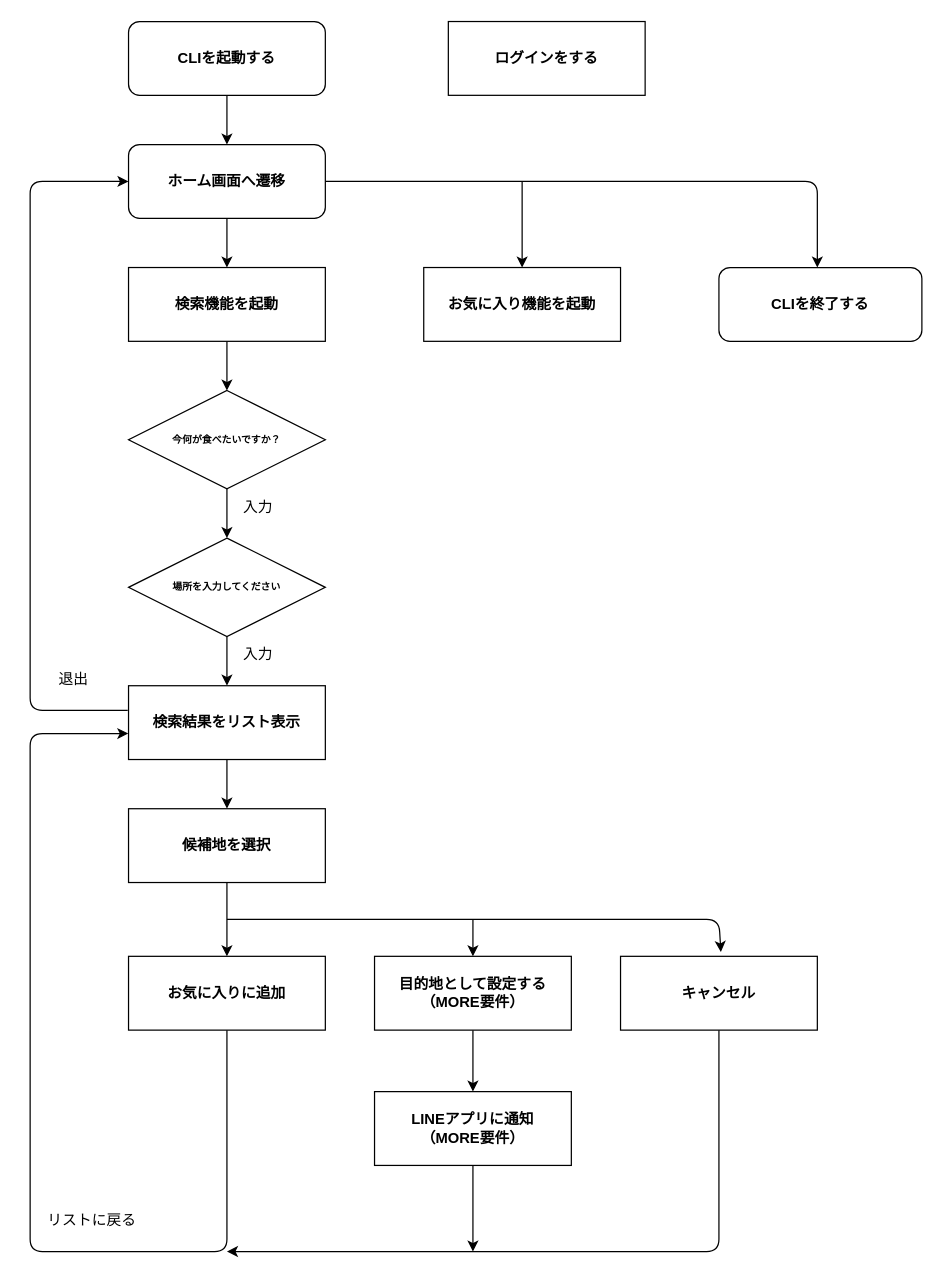
Earlier version of the draw.io diagram page "検索機能" (1 of 2) of docs/flowchart/flow.drawio (taga3s/pecopeco). Source tidied: cells renumbered, new cells numbered last; positions are measured from the earlier drawing's top-left corner, leaving out a move shared by most shapes. Both pictures are drawn from the tidied source at 123%, with x=0, y=0 at pixel (30, 21).
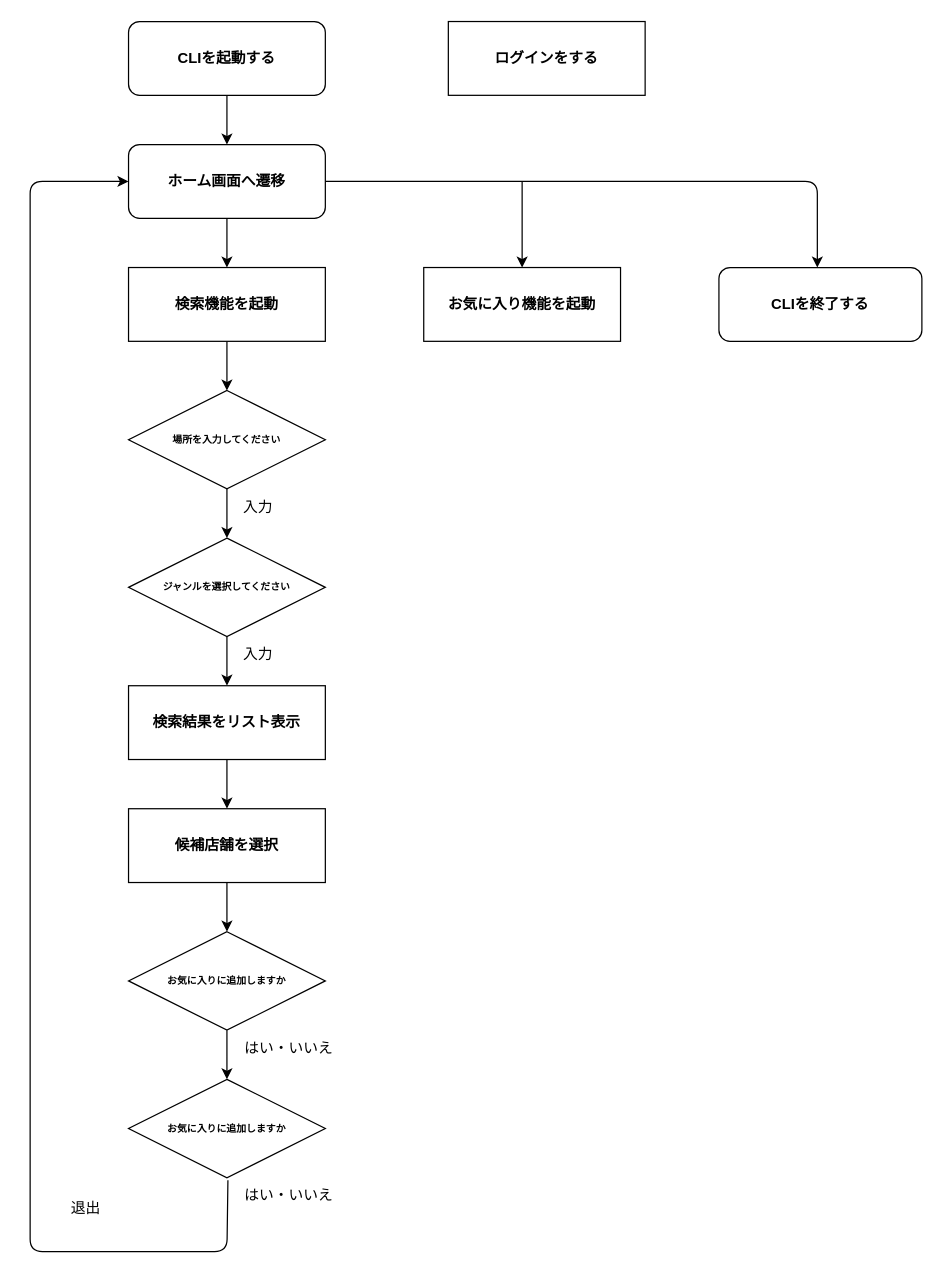
Above is the later version.

Unchanged cells that the change refers to:
```xml
<mxCell id="7" value="&lt;b&gt;ホーム画面へ遷移&lt;/b&gt;" style="rounded=1;whiteSpace=wrap;html=1;" parent="1" vertex="1">
  <mxGeometry x="80" y="100" width="160" height="60" as="geometry" />
</mxCell>
<mxCell id="18" value="&lt;b&gt;検索結果をリスト表示&lt;/b&gt;" style="rounded=0;whiteSpace=wrap;html=1;align=center;" parent="1" vertex="1">
  <mxGeometry x="80" y="540" width="160" height="60" as="geometry" />
</mxCell>
```

The edit, as a diff of the source:
```diff
@@
-    <mxCell id="12" value="&lt;h6&gt;今何が食べたいですか？&lt;/h6&gt;" style="rhombus;whiteSpace=wrap;html=1;" parent="1" vertex="1">
+    <mxCell id="12" value="&lt;h6&gt;&lt;span style=&quot;font-size: 8.04px;&quot;&gt;場所を入力してください&lt;/span&gt;&lt;br&gt;&lt;/h6&gt;" style="rhombus;whiteSpace=wrap;html=1;" parent="1" vertex="1">
       <mxGeometry x="80" y="300" width="160" height="80" as="geometry" />
     </mxCell>
@@
-    <mxCell id="14" value="&lt;h6&gt;場所を入力してください&lt;/h6&gt;" style="rhombus;whiteSpace=wrap;html=1;" parent="1" vertex="1">
+    <mxCell id="14" value="&lt;h6&gt;ジャンルを選択してください&lt;/h6&gt;" style="rhombus;whiteSpace=wrap;html=1;" parent="1" vertex="1">
       <mxGeometry x="80" y="420" width="160" height="80" as="geometry" />
     </mxCell>
@@
-    <mxCell id="17" style="edgeStyle=none;html=1;entryX=0;entryY=0.5;entryDx=0;entryDy=0;exitX=-0.004;exitY=0.334;exitDx=0;exitDy=0;exitPerimeter=0;" parent="1" edge="1" source="18" target="7">
-      <mxGeometry relative="1" as="geometry">
-        <Array as="points">
-          <mxPoint y="560" />
-          <mxPoint y="510" />
-          <mxPoint y="130" />
-        </Array>
-      </mxGeometry>
-    </mxCell>
@@
-    <mxCell id="20" style="edgeStyle=none;html=1;" parent="1" edge="1" source="21" target="24">
+    <mxCell id="20" style="edgeStyle=none;html=1;" parent="1" edge="1">
       <mxGeometry relative="1" as="geometry">
+        <mxPoint x="160" y="700" as="sourcePoint" />
+        <mxPoint x="160" y="740" as="targetPoint" />
         <Array as="points">
+          <mxPoint x="160" y="710" />
           <mxPoint x="160" y="730" />
+          <mxPoint x="160" y="720" />
         </Array>
       </mxGeometry>
     </mxCell>
-    <mxCell id="21" value="&lt;b&gt;候補地を選択&lt;/b&gt;" style="rounded=0;whiteSpace=wrap;html=1;align=center;" parent="1" vertex="1">
+    <mxCell id="21" value="&lt;b&gt;候補店舗を選択&lt;/b&gt;" style="rounded=0;whiteSpace=wrap;html=1;align=center;" parent="1" vertex="1">
       <mxGeometry x="80" y="640" width="160" height="60" as="geometry" />
     </mxCell>
     <mxCell id="22" value="退出" style="text;html=1;align=center;verticalAlign=middle;strokeColor=none;fillColor=none;" parent="1" vertex="1">
-      <mxGeometry x="10" y="520" width="50" height="30" as="geometry" />
+      <mxGeometry x="20" y="950" width="50" height="30" as="geometry" />
     </mxCell>
-    <mxCell id="23" style="edgeStyle=none;html=1;exitX=0.5;exitY=1;exitDx=0;exitDy=0;entryX=-0.001;entryY=0.648;entryDx=0;entryDy=0;entryPerimeter=0;" parent="1" edge="1" source="24" target="18">
+    <mxCell id="23" style="edgeStyle=none;html=1;entryX=0;entryY=0.5;entryDx=0;entryDy=0;exitX=0.505;exitY=1.026;exitDx=0;exitDy=0;exitPerimeter=0;" parent="1" edge="1" source="37" target="7">
       <mxGeometry relative="1" as="geometry">
         <Array as="points">
           <mxPoint x="160" y="1000" />
           <mxPoint x="80" y="1000" />
           <mxPoint y="1000" />
           <mxPoint y="880" />
           <mxPoint y="730" />
           <mxPoint y="579" />
+          <mxPoint y="130" />
         </Array>
       </mxGeometry>
     </mxCell>
-    <mxCell id="24" value="&lt;b&gt;お気に入りに追加&lt;/b&gt;" style="rounded=0;whiteSpace=wrap;html=1;" parent="1" vertex="1">
-      <mxGeometry x="80" y="760" width="160" height="60" as="geometry" />
-    </mxCell>
-    <mxCell id="25" style="edgeStyle=none;html=1;exitX=0.5;exitY=1;exitDx=0;exitDy=0;" parent="1" edge="1" source="26">
-      <mxGeometry relative="1" as="geometry">
-        <mxPoint x="160" y="1000" as="targetPoint" />
-        <Array as="points">
-          <mxPoint x="560" y="1000" />
-          <mxPoint x="360" y="1000" />
-        </Array>
-      </mxGeometry>
-    </mxCell>
-    <mxCell id="26" value="&lt;b&gt;キャンセル&lt;/b&gt;" style="rounded=0;whiteSpace=wrap;html=1;" parent="1" vertex="1">
-      <mxGeometry x="480" y="760" width="160" height="60" as="geometry" />
-    </mxCell>
-    <mxCell id="27" style="endArrow=classic;html=1;entryX=0.51;entryY=-0.058;entryDx=0;entryDy=0;entryPerimeter=0;" parent="1" edge="1" target="26">
-      <mxGeometry relative="1" as="geometry">
-        <mxPoint x="160" y="730" as="sourcePoint" />
-        <Array as="points">
-          <mxPoint x="270" y="730" />
-          <mxPoint x="360" y="730" />
-          <mxPoint x="460" y="730" />
-          <mxPoint x="560" y="730" />
-        </Array>
-      </mxGeometry>
-    </mxCell>
-    <mxCell id="28" value="リストに戻る" style="text;html=1;align=center;verticalAlign=middle;strokeColor=none;fillColor=none;" parent="1" vertex="1">
-      <mxGeometry y="960" width="100" height="30" as="geometry" />
-    </mxCell>
-    <mxCell id="29" style="edgeStyle=none;html=1;" parent="1" edge="1" source="30" target="33">
-      <mxGeometry relative="1" as="geometry" />
-    </mxCell>
-    <mxCell id="30" value="&lt;b&gt;目的地として設定する（MORE要件）&lt;/b&gt;" style="rounded=0;whiteSpace=wrap;html=1;" parent="1" vertex="1">
-      <mxGeometry x="280" y="760" width="160" height="60" as="geometry" />
-    </mxCell>
-    <mxCell id="31" style="endArrow=classic;html=1;entryX=0.5;entryY=0;entryDx=0;entryDy=0;" parent="1" edge="1" target="30">
-      <mxGeometry relative="1" as="geometry">
-        <mxPoint x="360" y="730" as="sourcePoint" />
-      </mxGeometry>
-    </mxCell>
-    <mxCell id="32" style="edgeStyle=none;html=1;" parent="1" edge="1" source="33">
-      <mxGeometry relative="1" as="geometry">
-        <mxPoint x="360" y="1000" as="targetPoint" />
-      </mxGeometry>
-    </mxCell>
-    <mxCell id="33" value="&lt;b&gt;LINEアプリに通知&lt;br&gt;（MORE要件）&lt;/b&gt;" style="rounded=0;whiteSpace=wrap;html=1;" parent="1" vertex="1">
-      <mxGeometry x="280" y="870" width="160" height="60" as="geometry" />
-    </mxCell>
@@
+    <mxCell id="36" value="&lt;h6&gt;お気に入りに追加しますか&lt;/h6&gt;" style="rhombus;whiteSpace=wrap;html=1;" parent="1" vertex="1">
+      <mxGeometry x="80" y="740" width="160" height="80" as="geometry" />
+    </mxCell>
+    <mxCell id="37" value="&lt;h6&gt;お気に入りに追加しますか&lt;/h6&gt;" style="rhombus;whiteSpace=wrap;html=1;" parent="1" vertex="1">
+      <mxGeometry x="80" y="860" width="160" height="80" as="geometry" />
+    </mxCell>
+    <mxCell id="38" style="edgeStyle=none;html=1;" parent="1" edge="1">
+      <mxGeometry relative="1" as="geometry">
+        <mxPoint x="160" y="820" as="sourcePoint" />
+        <mxPoint x="160" y="860" as="targetPoint" />
+        <Array as="points">
+          <mxPoint x="160" y="830" />
+          <mxPoint x="160" y="850" />
+          <mxPoint x="160" y="840" />
+        </Array>
+      </mxGeometry>
+    </mxCell>
+    <mxCell id="39" value="はい・いいえ" style="text;html=1;align=center;verticalAlign=middle;strokeColor=none;fillColor=none;" parent="1" vertex="1">
+      <mxGeometry x="160" y="940" width="100" height="30" as="geometry" />
+    </mxCell>
+    <mxCell id="40" value="はい・いいえ" style="text;html=1;align=center;verticalAlign=middle;strokeColor=none;fillColor=none;" parent="1" vertex="1">
+      <mxGeometry x="160" y="820" width="100" height="30" as="geometry" />
+    </mxCell>
```
